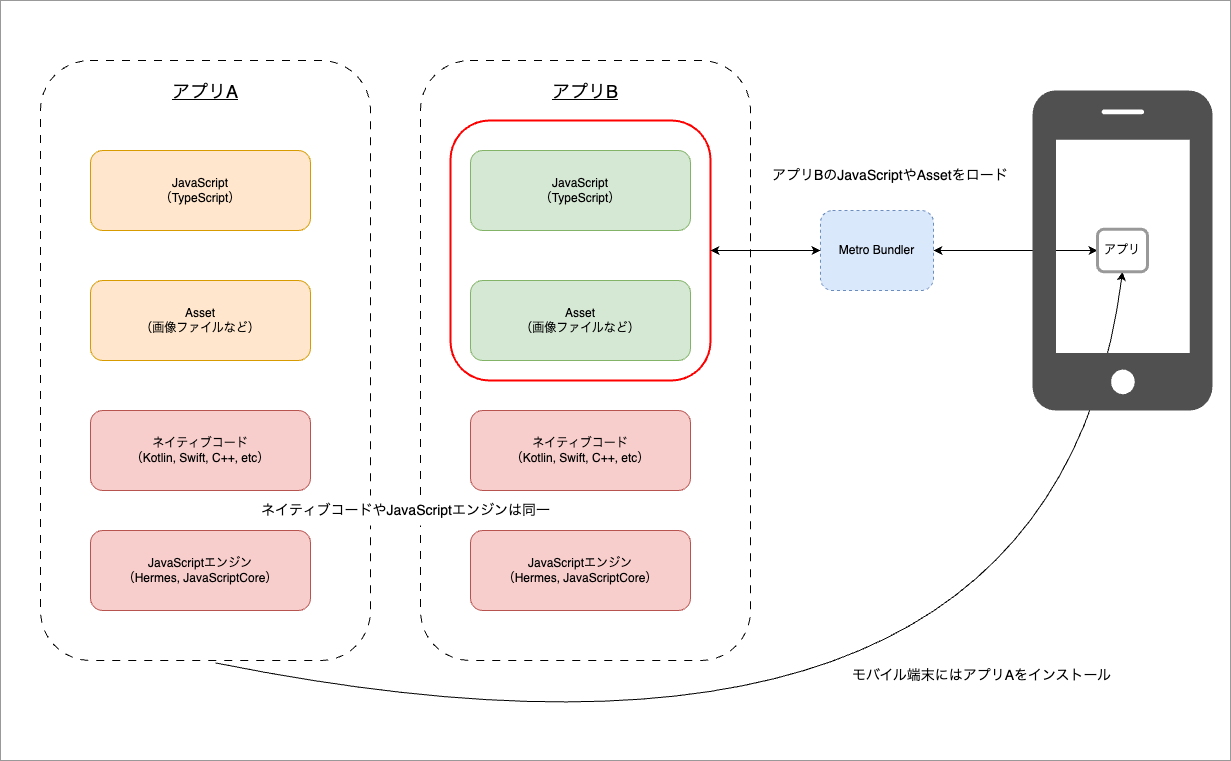
Earlier version of the draw.io export website/docs/react-native/learn/basic-concepts/multi-app-on-one-app.drawio.png (ws-4020/mobile-app-crib-notes). Source tidied: cells renumbered, new cells last; positions are measured from the earlier drawing's top-left corner, leaving out a move shared by most shapes.
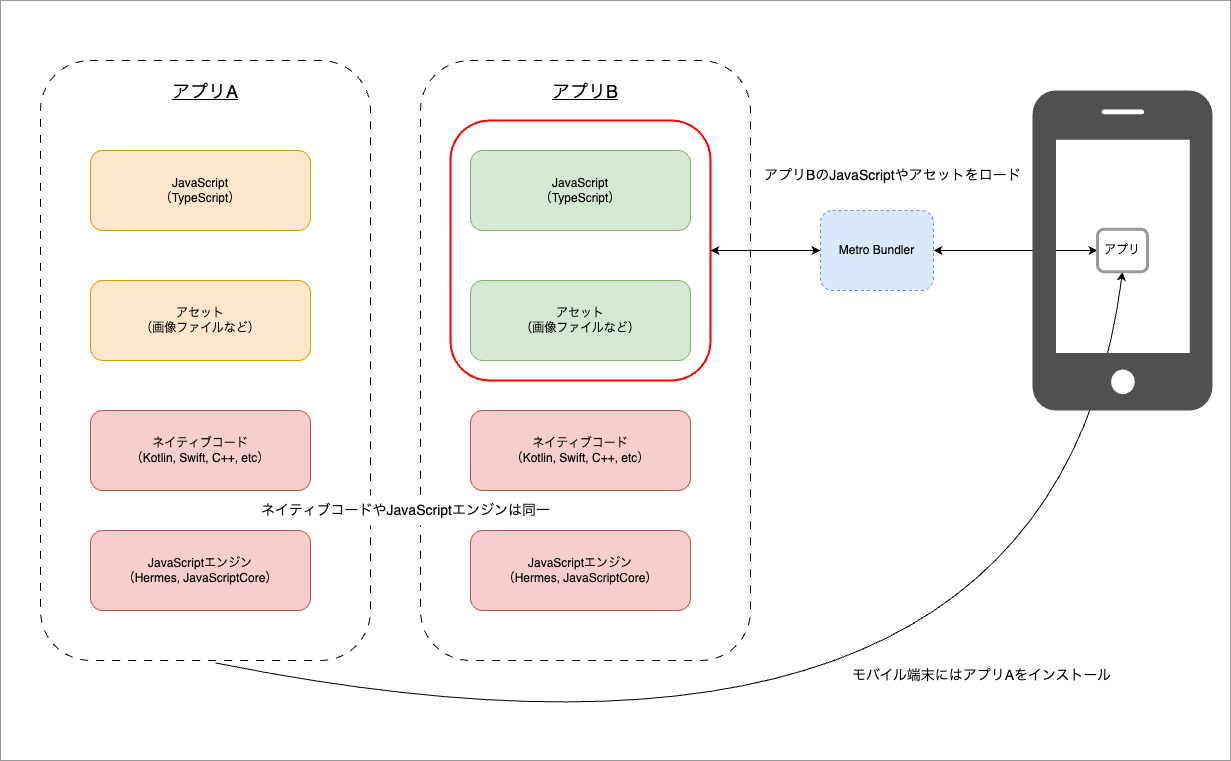
After the commit.

Change to the diagram source:
```diff
@@ -14,7 +14,7 @@
     <mxCell id="5" value="JavaScript&lt;br style=&quot;font-size: 12px;&quot;&gt;（TypeScript）" style="rounded=1;whiteSpace=wrap;html=1;fontSize=12;align=center;verticalAlign=middle;fillColor=#ffe6cc;strokeColor=#d79b00;" parent="1" vertex="1">
       <mxGeometry x="90" y="150" width="220" height="80" as="geometry" />
     </mxCell>
-    <mxCell id="6" value="Asset&lt;br style=&quot;font-size: 12px;&quot;&gt;（画像ファイルなど）" style="rounded=1;whiteSpace=wrap;html=1;fontSize=12;align=center;verticalAlign=middle;fillColor=#ffe6cc;strokeColor=#d79b00;" parent="1" vertex="1">
+    <mxCell id="6" value="アセット&lt;br style=&quot;font-size: 12px;&quot;&gt;（画像ファイルなど）" style="rounded=1;whiteSpace=wrap;html=1;fontSize=12;align=center;verticalAlign=middle;fillColor=#ffe6cc;strokeColor=#d79b00;" parent="1" vertex="1">
       <mxGeometry x="90" y="280" width="220" height="80" as="geometry" />
     </mxCell>
     <mxCell id="7" value="Metro Bundler" style="rounded=1;whiteSpace=wrap;html=1;fontSize=12;align=center;verticalAlign=middle;fillColor=#dae8fc;strokeColor=#6c8ebf;dashed=1;" parent="1" vertex="1">
@@ -41,7 +41,7 @@
     <mxCell id="14" value="JavaScript&lt;br style=&quot;font-size: 12px;&quot;&gt;（TypeScript）" style="rounded=1;whiteSpace=wrap;html=1;fontSize=12;align=center;verticalAlign=middle;fillColor=#d5e8d4;strokeColor=#82b366;" parent="1" vertex="1">
       <mxGeometry x="470" y="150" width="220" height="80" as="geometry" />
     </mxCell>
-    <mxCell id="15" value="Asset&lt;br style=&quot;font-size: 12px;&quot;&gt;（画像ファイルなど）" style="rounded=1;whiteSpace=wrap;html=1;fontSize=12;align=center;verticalAlign=middle;fillColor=#d5e8d4;strokeColor=#82b366;" parent="1" vertex="1">
+    <mxCell id="15" value="アセット&lt;br style=&quot;font-size: 12px;&quot;&gt;（画像ファイルなど）" style="rounded=1;whiteSpace=wrap;html=1;fontSize=12;align=center;verticalAlign=middle;fillColor=#d5e8d4;strokeColor=#82b366;" parent="1" vertex="1">
       <mxGeometry x="470" y="280" width="220" height="80" as="geometry" />
     </mxCell>
     <mxCell id="16" value="ネイティブコード&lt;br style=&quot;font-size: 12px;&quot;&gt;（Kotlin, Swift, C++, etc）" style="rounded=1;whiteSpace=wrap;html=1;fontSize=12;align=center;verticalAlign=middle;fillColor=#f8cecc;strokeColor=#b85450;" parent="1" vertex="1">
@@ -60,8 +60,8 @@
     <mxCell id="19" value="ネイティブコードやJavaScriptエンジンは同一" style="text;html=1;strokeColor=none;fillColor=default;align=left;verticalAlign=middle;whiteSpace=wrap;rounded=0;fontSize=14;" parent="1" vertex="1">
       <mxGeometry x="259" y="495" width="300" height="30" as="geometry" />
     </mxCell>
-    <mxCell id="20" value="アプリBのJavaScriptやAssetをロード" style="text;html=1;strokeColor=none;fillColor=none;align=left;verticalAlign=middle;whiteSpace=wrap;rounded=0;fontSize=14;" parent="1" vertex="1">
-      <mxGeometry x="770" y="160" width="260" height="30" as="geometry" />
+    <mxCell id="20" value="アプリBのJavaScriptやアセットをロード" style="text;html=1;strokeColor=none;fillColor=none;align=left;verticalAlign=middle;whiteSpace=wrap;rounded=0;fontSize=14;" parent="1" vertex="1">
+      <mxGeometry x="762" y="160" width="260" height="30" as="geometry" />
     </mxCell>
     <mxCell id="21" style="shadow=0;dashed=0;html=1;strokeColor=none;fillColor=#505050;labelPosition=center;verticalLabelPosition=bottom;verticalAlign=top;align=center;shape=mxgraph.office.devices.cell_phone_iphone_proportional;" parent="1" vertex="1">
       <mxGeometry x="1032" y="90" width="180" height="320" as="geometry" />
```
